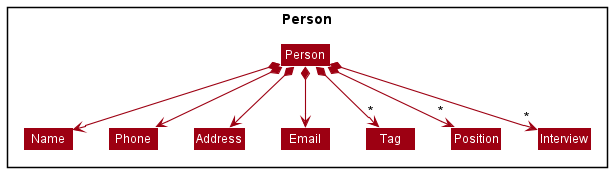
This is docs/images/PersonClassDiagram.png from seaweediman/tp, a PlantUML export, as it was before one commit. Source of this version:
```plantuml
@startuml
!include style.puml
skinparam arrowThickness 1.1
skinparam arrowColor MODEL_COLOR
skinparam classBackgroundColor MODEL_COLOR

Package Person <<Rectangle>>{


Class Person
Class Address
Class Email
Class Name
Class Phone
Class Tag
Class Position
Class Interview

}


Person *--> "*" Position
Person *--> "*" Interview
Person *--> Name
Person *--> Phone
Person *--> Email
Person *--> Address
Person *--> "*" Tag

Name -[hidden]right-> Phone
Phone -[hidden]right-> Address
Address -[hidden]right-> Email


@enduml
```
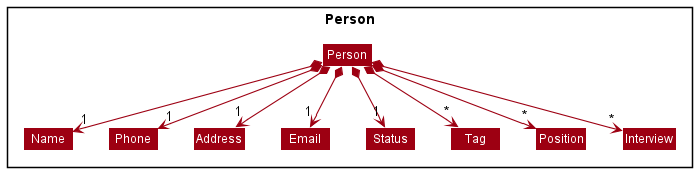
After the change.

Diff of the diagram source:
```diff
@@ -8,6 +8,7 @@
 
 
 Class Person
+Class Status
 Class Address
 Class Email
 Class Name
@@ -21,10 +22,11 @@
 
 Person *--> "*" Position
 Person *--> "*" Interview
-Person *--> Name
-Person *--> Phone
-Person *--> Email
-Person *--> Address
+Person *--> "1" Name
+Person *--> "1" Phone
+Person *--> "1" Email
+Person *--> "1" Status
+Person *--> "1" Address
 Person *--> "*" Tag
 
 Name -[hidden]right-> Phone
```
